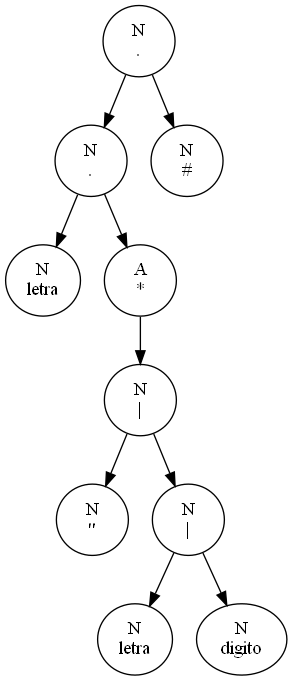
Above: Reportes_202003894/Arboles_202003894/ExpReg1.png in EstuardoSon/OCL1_202003894_P1 (Graphviz), before the change. Its source is kept beside it as Reportes_202003894/Arboles_202003894/ExpReg1.dot. The source it was exported from:
```dot
digraph G{
9->8
8->7
7[label="N
letra"];
8[label="N
."];
8->6
6->5
5->4
4[label="N
\""];
5[label="N
|"];
5->3
3->2
2[label="N
letra"];
3[label="N
|"];
3->1
1[label="N
digito"];
6[label="A
*"];
9[label="N
."];
9->10
10[label="N
}
```
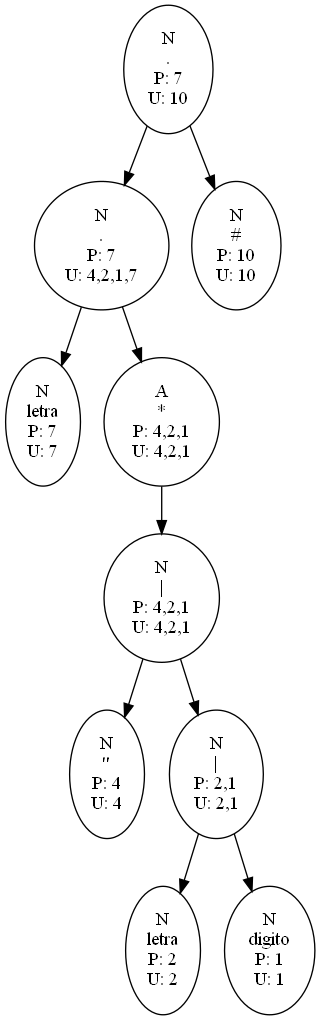
After the commit.

What changed in the source:
```diff
@@ -2,29 +2,49 @@
 9->8
 8->7
 7[label="N
-letra"];
+letra
+P: 7
+U: 7"];
 8[label="N
-."];
+.
+P: 7
+U: 4,2,1,7"];
 8->6
 6->5
 5->4
 4[label="N
-\""];
+\"
+P: 4
+U: 4"];
 5[label="N
-|"];
+|
+P: 4,2,1
+U: 4,2,1"];
 5->3
 3->2
 2[label="N
-letra"];
+letra
+P: 2
+U: 2"];
 3[label="N
-|"];
+|
+P: 2,1
+U: 2,1"];
 3->1
 1[label="N
-digito"];
+digito
+P: 1
+U: 1"];
 6[label="A
-*"];
+*
+P: 4,2,1
+U: 4,2,1"];
 9[label="N
-."];
+.
+P: 7
+U: 10"];
 9->10
 10[label="N
+P: 10
+U: 10"];
 }
```
